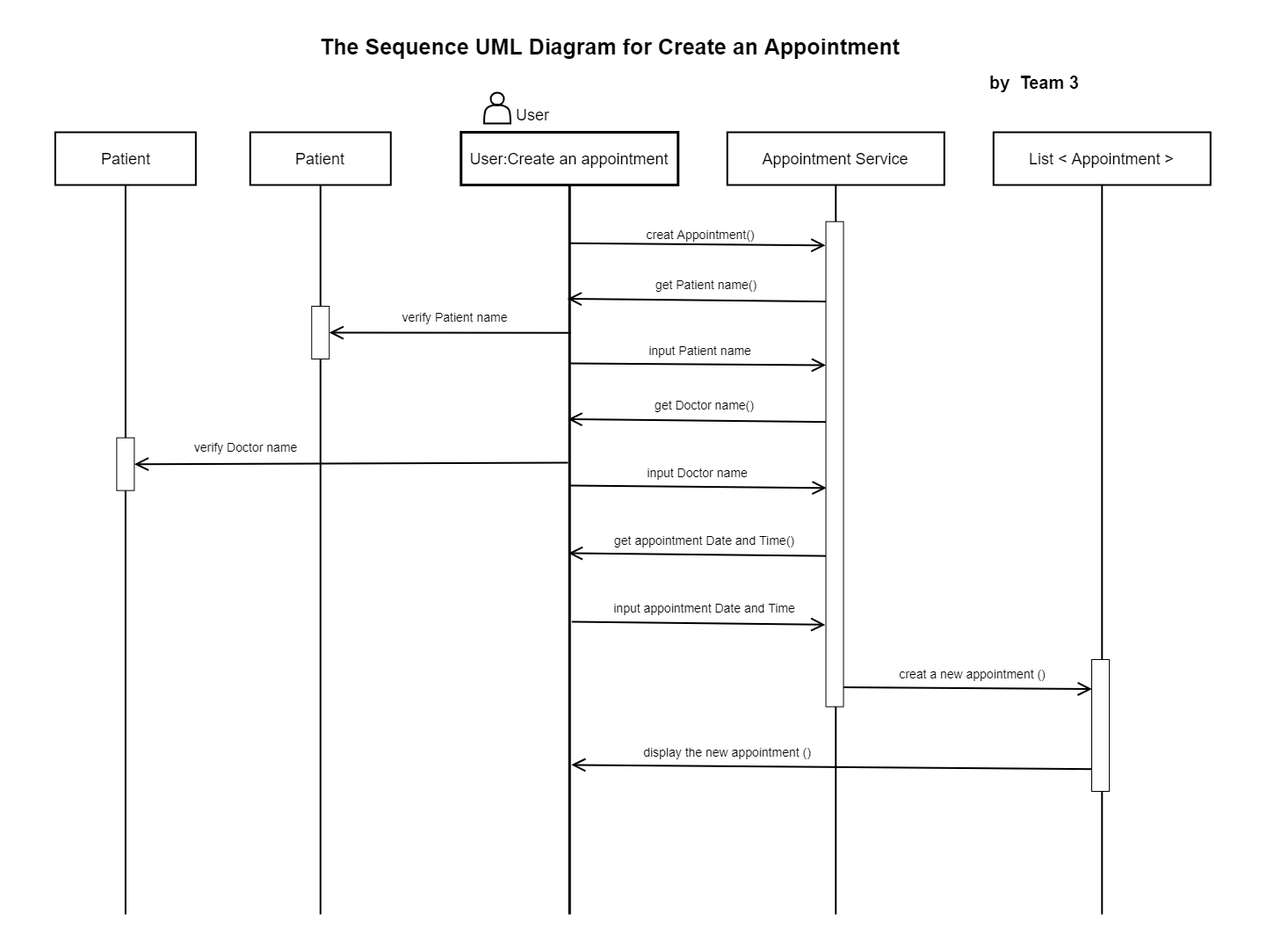
Before: UMI-Diagram/SequenceUML01.png, a diagram exported from draw.io (Tragicboyjay/Programmin-II-Medical-Group-Project). Source tidied: cells renumbered, new cells last; positions are measured from the earlier drawing's top-left corner, leaving out a move shared by most shapes.
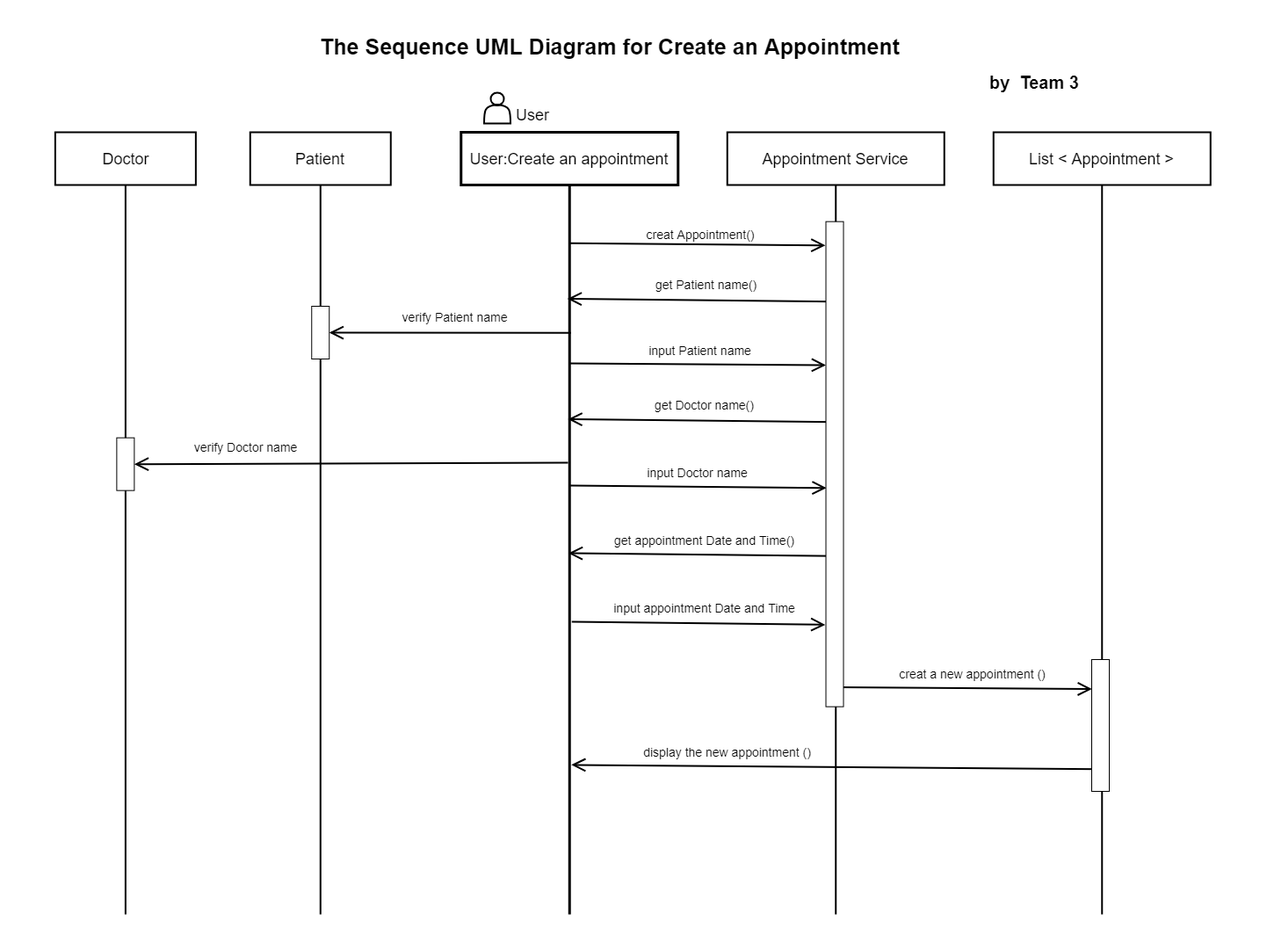
The same diagram one commit later.

Commit message:
error correction

The edit, as a diff of the source:
```diff
@@ -26,7 +26,7 @@
     <mxCell id="9" style="rounded=0;whiteSpace=wrap;html=1;strokeWidth=2;" parent="1" vertex="1">
       <mxGeometry x="61.9" y="150" width="160" height="60" as="geometry" />
     </mxCell>
-    <mxCell id="10" value="&lt;p style=&quot;line-height: 180% ; font-size: 18px&quot;&gt;Patient&lt;/p&gt;" style="text;html=1;strokeColor=none;fillColor=none;align=center;verticalAlign=middle;whiteSpace=wrap;rounded=0;strokeWidth=7;" parent="1" vertex="1">
+    <mxCell id="10" value="&lt;p style=&quot;line-height: 180% ; font-size: 18px&quot;&gt;Doctor&lt;/p&gt;" style="text;html=1;strokeColor=none;fillColor=none;align=center;verticalAlign=middle;whiteSpace=wrap;rounded=0;strokeWidth=7;" parent="1" vertex="1">
       <mxGeometry x="60" y="160" width="163.8" height="40" as="geometry" />
     </mxCell>
     <mxCell id="11" style="line;strokeWidth=2;direction=south;html=1;" parent="1" vertex="1">
```
